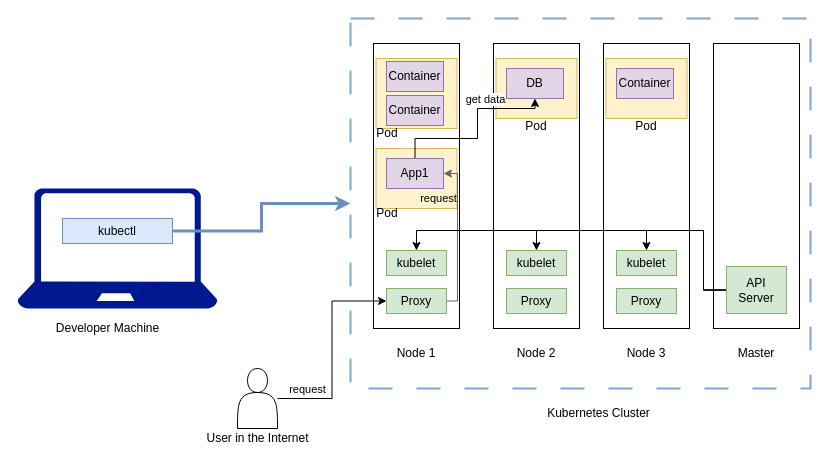
Before: part3/e3.11/kubernetes.drawio in frensing/DevOpsDocker, a draw.io diagram. Source tidied: cells renumbered, new cells numbered last; positions are measured from the earlier drawing's top-left corner, leaving out a move shared by most shapes. Both pictures are drawn from the tidied source at 100%, with x=0, y=0 at pixel (17, 18).
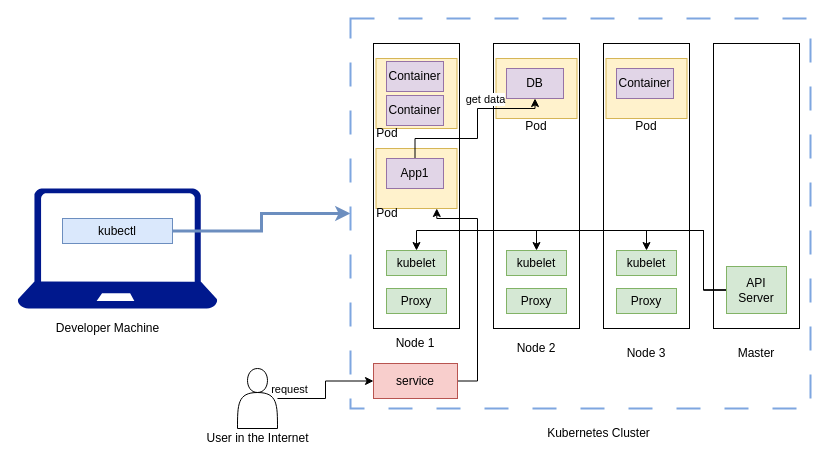
The same page after the edit.

The change refers to these unchanged cells:
```xml
<mxCell id="26" style="rounded=0;whiteSpace=wrap;html=1;fillColor=#fff2cc;strokeColor=#d6b656;" parent="1" vertex="1">
  <mxGeometry x="358.5" y="130" width="81" height="60" as="geometry" />
</mxCell>
<mxCell id="29" value="Proxy" style="rounded=0;whiteSpace=wrap;html=1;fillColor=#d5e8d4;strokeColor=#82b366;" parent="1" vertex="1">
  <mxGeometry x="369" y="270" width="60" height="25" as="geometry" />
</mxCell>
<mxCell id="39" value="App1" style="rounded=0;whiteSpace=wrap;html=1;fillColor=#e1d5e7;strokeColor=#9673a6;" parent="1" vertex="1">
  <mxGeometry x="369" y="140" width="57" height="30" as="geometry" />
</mxCell>
<mxCell id="45" style="shape=actor;whiteSpace=wrap;html=1;" parent="1" vertex="1">
  <mxGeometry x="220" y="350" width="40" height="60" as="geometry" />
</mxCell>
```

Diff of the diagram source:
```diff
@@
     <mxCell id="6" style="rounded=0;whiteSpace=wrap;html=1;dashed=1;dashPattern=12 12;strokeWidth=2;fillColor=none;strokeColor=#7EA6E0;" parent="1" vertex="1">
-      <mxGeometry x="333" width="460" height="370" as="geometry" />
+      <mxGeometry x="333" width="460" height="390" as="geometry" />
     </mxCell>
     <mxCell id="7" value="&lt;div&gt;Kubernetes Cluster&lt;/div&gt;" style="text;html=1;align=center;verticalAlign=middle;strokeColor=none;fillColor=none;" parent="1" vertex="1">
-      <mxGeometry x="516" y="380" width="130" height="30" as="geometry" />
+      <mxGeometry x="516" y="400" width="130" height="30" as="geometry" />
     </mxCell>
@@
     <mxCell id="9" value="Node 1" style="text;html=1;strokeColor=none;fillColor=none;align=center;verticalAlign=middle;whiteSpace=wrap;rounded=0;" parent="1" vertex="1">
-      <mxGeometry x="369" y="320" width="60" height="30" as="geometry" />
+      <mxGeometry x="368" y="310" width="60" height="30" as="geometry" />
     </mxCell>
@@
     <mxCell id="13" value="Node 2" style="text;html=1;strokeColor=none;fillColor=none;align=center;verticalAlign=middle;whiteSpace=wrap;rounded=0;" parent="1" vertex="1">
-      <mxGeometry x="489" y="320" width="60" height="30" as="geometry" />
+      <mxGeometry x="489" y="315" width="60" height="30" as="geometry" />
     </mxCell>
@@
-    <mxCell id="27" style="edgeStyle=orthogonalEdgeStyle;rounded=0;jettySize=auto;html=1;entryX=1;entryY=0.5;entryDx=0;entryDy=0;fillColor=#f5f5f5;strokeColor=#666666;" parent="1" edge="1" source="29" target="39">
-      <mxGeometry relative="1" as="geometry">
-        <Array as="points">
-          <mxPoint x="440" y="283" />
-          <mxPoint x="440" y="155" />
-        </Array>
-      </mxGeometry>
-    </mxCell>
-    <mxCell id="28" value="request" style="edgeLabel;html=1;align=center;verticalAlign=middle;labelBackgroundColor=none;" parent="27" vertex="1">
-      <mxGeometry x="-0.65" relative="1" as="geometry">
-        <mxPoint x="-20" y="-87" as="offset" />
-      </mxGeometry>
-    </mxCell>
@@
-    <mxCell id="43" style="edgeStyle=orthogonalEdgeStyle;rounded=0;jettySize=auto;html=1;entryX=0;entryY=0.5;entryDx=0;entryDy=0;" parent="1" edge="1" source="45" target="29">
+    <mxCell id="43" style="edgeStyle=orthogonalEdgeStyle;rounded=0;jettySize=auto;html=1;entryX=0;entryY=0.5;entryDx=0;entryDy=0;" parent="1" edge="1" source="45" target="48">
       <mxGeometry relative="1" as="geometry" />
     </mxCell>
@@
+    <mxCell id="47" style="edgeStyle=orthogonalEdgeStyle;rounded=0;jettySize=auto;html=1;exitX=1;exitY=0.5;exitDx=0;exitDy=0;entryX=0.75;entryY=1;entryDx=0;entryDy=0;" parent="1" edge="1" source="48" target="26">
+      <mxGeometry relative="1" as="geometry">
+        <Array as="points">
+          <mxPoint x="460" y="363" />
+          <mxPoint x="460" y="200" />
+          <mxPoint x="420" y="200" />
+          <mxPoint x="420" y="190" />
+        </Array>
+      </mxGeometry>
+    </mxCell>
+    <mxCell id="48" value="&lt;div&gt;service&lt;/div&gt;" style="rounded=0;whiteSpace=wrap;html=1;fillColor=#f8cecc;strokeColor=#b85450;" parent="1" vertex="1">
+      <mxGeometry x="356" y="345" width="84" height="35" as="geometry" />
+    </mxCell>
```
